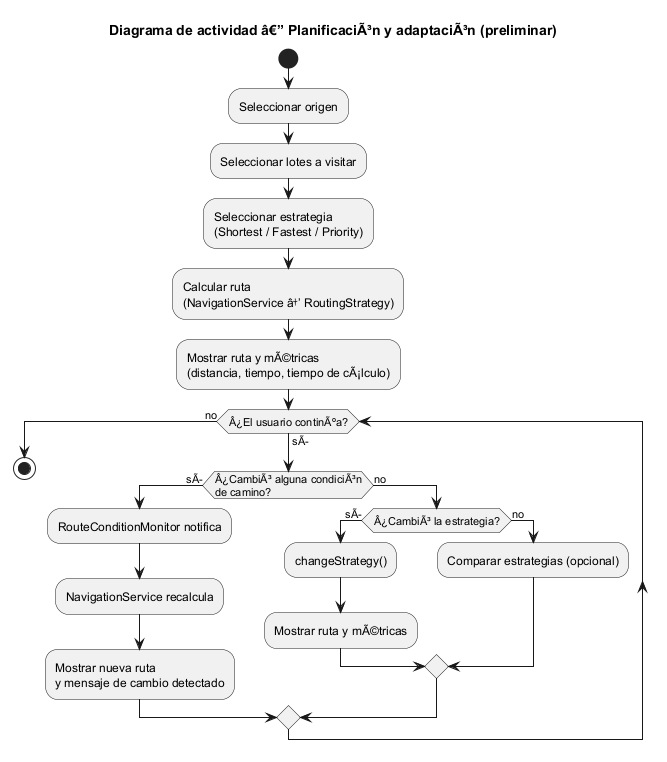
Before: docs/report/uml/SIPROCAFE-NAV-Activity.png, a diagram exported from PlantUML (Casariana/SIPROCAFE). The source it was exported from:
```plantuml
@startuml SIPROCAFE-NAV-Activity
title Diagrama de actividad â€” PlanificaciÃ³n y adaptaciÃ³n (preliminar)

start
:Seleccionar origen;
:Seleccionar lotes a visitar;
:Seleccionar estrategia\n(Shortest / Fastest / Priority);
:Calcular ruta\n(NavigationService â†’ RoutingStrategy);
:Mostrar ruta y mÃ©tricas\n(distancia, tiempo, tiempo de cÃ¡lculo);

while (Â¿El usuario continÃºa?) is (sÃ­)
  if (Â¿CambiÃ³ alguna condiciÃ³n\nde camino?) then (sÃ­)
    :RouteConditionMonitor notifica;
    :NavigationService recalcula;
    :Mostrar nueva ruta\ny mensaje de cambio detectado;
  else (no)
    if (Â¿CambiÃ³ la estrategia?) then (sÃ­)
      :changeStrategy();
      :Mostrar ruta y mÃ©tricas;
    else (no)
      :Comparar estrategias (opcional);
    endif
  endif
endwhile (no)

stop

@enduml
```
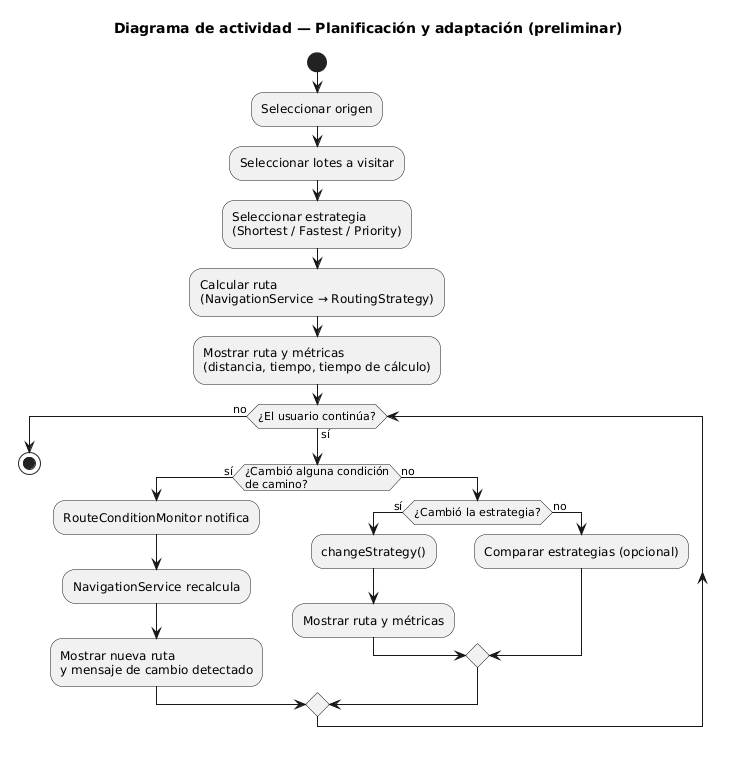
Above is the later version.

What changed in the source:
```diff
@@ -1,22 +1,22 @@
 @startuml SIPROCAFE-NAV-Activity
-title Diagrama de actividad â€” PlanificaciÃ³n y adaptaciÃ³n (preliminar)
+title Diagrama de actividad — Planificación y adaptación (preliminar)
 
 start
 :Seleccionar origen;
 :Seleccionar lotes a visitar;
 :Seleccionar estrategia\n(Shortest / Fastest / Priority);
-:Calcular ruta\n(NavigationService â†’ RoutingStrategy);
-:Mostrar ruta y mÃ©tricas\n(distancia, tiempo, tiempo de cÃ¡lculo);
+:Calcular ruta\n(NavigationService → RoutingStrategy);
+:Mostrar ruta y métricas\n(distancia, tiempo, tiempo de cálculo);
 
-while (Â¿El usuario continÃºa?) is (sÃ­)
-  if (Â¿CambiÃ³ alguna condiciÃ³n\nde camino?) then (sÃ­)
+while (¿El usuario continúa?) is (sí)
+  if (¿Cambió alguna condición\nde camino?) then (sí)
     :RouteConditionMonitor notifica;
     :NavigationService recalcula;
     :Mostrar nueva ruta\ny mensaje de cambio detectado;
   else (no)
-    if (Â¿CambiÃ³ la estrategia?) then (sÃ­)
+    if (¿Cambió la estrategia?) then (sí)
       :changeStrategy();
-      :Mostrar ruta y mÃ©tricas;
+      :Mostrar ruta y métricas;
     else (no)
       :Comparar estrategias (opcional);
     endif
```
